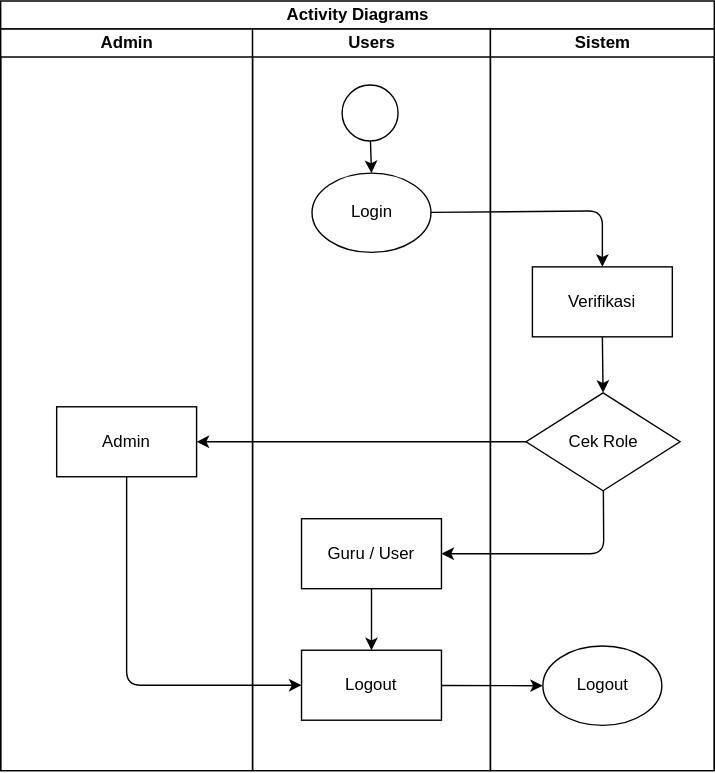
The draw.io diagram Docs/Activity_diagram.drawio.svg in SukaMCD/Aplikasi-Guru, before a commit. Source tidied: cells renumbered, new cells last; positions are measured from the earlier drawing's top-left corner, leaving out a move shared by most shapes.
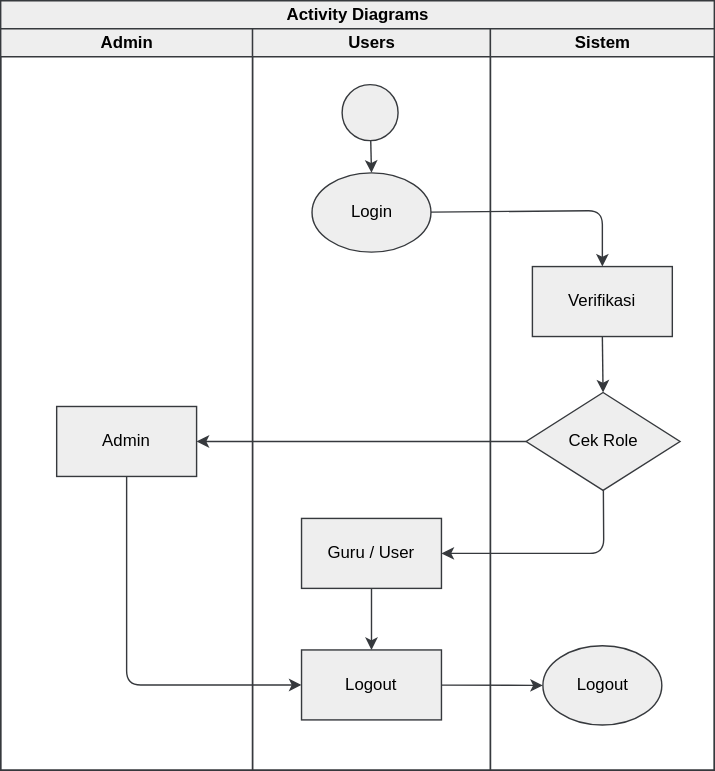
The same file after the commit.

Change to the diagram source:
```diff
@@ -2,76 +2,76 @@
   <root>
     <mxCell id="0" />
     <mxCell id="1" parent="0" />
-    <mxCell id="2" value="Activity Diagrams" style="swimlane;startSize=20;html=1;" parent="1" vertex="1">
+    <mxCell id="2" value="Activity Diagrams" style="swimlane;startSize=20;html=1;fillColor=#eeeeee;strokeColor=light-dark(#36393D,#000000);" parent="1" vertex="1">
       <mxGeometry width="510" height="550" as="geometry" />
     </mxCell>
-    <mxCell id="3" value="Admin" style="swimlane;startSize=20;html=1;" parent="2" vertex="1">
+    <mxCell id="3" value="Admin" style="swimlane;startSize=20;html=1;fillColor=#eeeeee;strokeColor=light-dark(#36393D,#000000);" parent="2" vertex="1">
       <mxGeometry y="20" width="180" height="530" as="geometry" />
     </mxCell>
-    <mxCell id="4" value="Admin" style="rounded=0;whiteSpace=wrap;html=1;" parent="3" vertex="1">
+    <mxCell id="4" value="Admin" style="rounded=0;whiteSpace=wrap;html=1;fillColor=#eeeeee;strokeColor=light-dark(#36393D,#000000);" parent="3" vertex="1">
       <mxGeometry x="40" y="270" width="100" height="50" as="geometry" />
     </mxCell>
-    <mxCell id="5" value="Users" style="swimlane;startSize=20;html=1;" parent="2" vertex="1">
+    <mxCell id="5" value="Users" style="swimlane;startSize=20;html=1;fillColor=#eeeeee;strokeColor=light-dark(#36393D,#000000);" parent="2" vertex="1">
       <mxGeometry x="180" y="20" width="170" height="530" as="geometry" />
     </mxCell>
-    <mxCell id="6" style="edgeStyle=none;html=1;entryX=0.5;entryY=0;entryDx=0;entryDy=0;" parent="5" edge="1" source="7" target="8">
+    <mxCell id="6" style="edgeStyle=none;html=1;entryX=0.5;entryY=0;entryDx=0;entryDy=0;fillColor=#eeeeee;strokeColor=light-dark(#36393D,#000000);" parent="5" edge="1" source="7" target="8">
       <mxGeometry relative="1" as="geometry" />
     </mxCell>
-    <mxCell id="7" style="ellipse;whiteSpace=wrap;html=1;" parent="5" vertex="1">
+    <mxCell id="7" style="ellipse;whiteSpace=wrap;html=1;fillColor=#eeeeee;strokeColor=light-dark(#36393D,#000000);" parent="5" vertex="1">
       <mxGeometry x="64" y="40" width="40" height="40" as="geometry" />
     </mxCell>
-    <mxCell id="8" value="Login" style="ellipse;whiteSpace=wrap;html=1;" parent="5" vertex="1">
+    <mxCell id="8" value="Login" style="ellipse;whiteSpace=wrap;html=1;fillColor=#eeeeee;strokeColor=light-dark(#36393D,#000000);" parent="5" vertex="1">
       <mxGeometry x="42.5" y="103" width="85" height="56.7" as="geometry" />
     </mxCell>
-    <mxCell id="9" style="edgeStyle=none;html=1;entryX=0.5;entryY=0;entryDx=0;entryDy=0;" parent="5" edge="1" source="10" target="11">
+    <mxCell id="9" style="edgeStyle=none;html=1;entryX=0.5;entryY=0;entryDx=0;entryDy=0;fillColor=#eeeeee;strokeColor=light-dark(#36393D,#000000);" parent="5" edge="1" source="10" target="11">
       <mxGeometry relative="1" as="geometry" />
     </mxCell>
-    <mxCell id="10" value="Guru / User" style="rounded=0;whiteSpace=wrap;html=1;" parent="5" vertex="1">
+    <mxCell id="10" value="Guru / User" style="rounded=0;whiteSpace=wrap;html=1;fillColor=#eeeeee;strokeColor=light-dark(#36393D,#000000);" parent="5" vertex="1">
       <mxGeometry x="35" y="350" width="100" height="50" as="geometry" />
     </mxCell>
-    <mxCell id="11" value="Logout" style="rounded=0;whiteSpace=wrap;html=1;" parent="5" vertex="1">
+    <mxCell id="11" value="Logout" style="rounded=0;whiteSpace=wrap;html=1;fillColor=#eeeeee;strokeColor=light-dark(#36393D,#000000);" parent="5" vertex="1">
       <mxGeometry x="35" y="444" width="100" height="50" as="geometry" />
     </mxCell>
-    <mxCell id="12" style="edgeStyle=none;html=1;entryX=0.5;entryY=0;entryDx=0;entryDy=0;" parent="2" edge="1" source="8" target="16">
+    <mxCell id="12" style="edgeStyle=none;html=1;entryX=0.5;entryY=0;entryDx=0;entryDy=0;fillColor=#eeeeee;strokeColor=light-dark(#36393D,#000000);" parent="2" edge="1" source="8" target="16">
       <mxGeometry relative="1" as="geometry">
         <Array as="points">
           <mxPoint x="430" y="150" />
         </Array>
       </mxGeometry>
     </mxCell>
-    <mxCell id="13" value="Sistem" style="swimlane;startSize=20;html=1;" parent="2" vertex="1">
+    <mxCell id="13" value="Sistem" style="swimlane;startSize=20;html=1;fillColor=#eeeeee;strokeColor=light-dark(#36393D,#000000);" parent="2" vertex="1">
       <mxGeometry x="350" y="20" width="160" height="530" as="geometry" />
     </mxCell>
-    <mxCell id="14" style="edgeStyle=none;html=1;exitX=0.5;exitY=1;exitDx=0;exitDy=0;entryX=0.5;entryY=0;entryDx=0;entryDy=0;" parent="13" edge="1" source="16" target="15">
+    <mxCell id="14" style="edgeStyle=none;html=1;exitX=0.5;exitY=1;exitDx=0;exitDy=0;entryX=0.5;entryY=0;entryDx=0;entryDy=0;fillColor=#eeeeee;strokeColor=light-dark(#36393D,#000000);" parent="13" edge="1" source="16" target="15">
       <mxGeometry relative="1" as="geometry" />
     </mxCell>
-    <mxCell id="15" value="Cek Role" style="rhombus;whiteSpace=wrap;html=1;" parent="13" vertex="1">
+    <mxCell id="15" value="Cek Role" style="rhombus;whiteSpace=wrap;html=1;fillColor=#eeeeee;strokeColor=light-dark(#36393D,#000000);" parent="13" vertex="1">
       <mxGeometry x="25.5" y="260" width="110" height="70" as="geometry" />
     </mxCell>
-    <mxCell id="16" value="Verifikasi" style="rounded=0;whiteSpace=wrap;html=1;" parent="13" vertex="1">
+    <mxCell id="16" value="Verifikasi" style="rounded=0;whiteSpace=wrap;html=1;fillColor=#eeeeee;strokeColor=light-dark(#36393D,#000000);" parent="13" vertex="1">
       <mxGeometry x="30" y="170" width="100" height="50" as="geometry" />
     </mxCell>
-    <mxCell id="17" value="Logout" style="ellipse;whiteSpace=wrap;html=1;" parent="13" vertex="1">
+    <mxCell id="17" value="Logout" style="ellipse;whiteSpace=wrap;html=1;fillColor=#eeeeee;strokeColor=light-dark(#36393D,#000000);" parent="13" vertex="1">
       <mxGeometry x="37.5" y="441" width="85" height="56.7" as="geometry" />
     </mxCell>
-    <mxCell id="18" style="edgeStyle=none;html=1;" parent="2" edge="1" source="15" target="4">
+    <mxCell id="18" style="edgeStyle=none;html=1;fillColor=#eeeeee;strokeColor=light-dark(#36393D,#000000);" parent="2" edge="1" source="15" target="4">
       <mxGeometry relative="1" as="geometry" />
     </mxCell>
-    <mxCell id="19" style="edgeStyle=none;html=1;entryX=1;entryY=0.5;entryDx=0;entryDy=0;" parent="2" edge="1" source="15" target="10">
+    <mxCell id="19" style="edgeStyle=none;html=1;entryX=1;entryY=0.5;entryDx=0;entryDy=0;fillColor=#eeeeee;strokeColor=light-dark(#36393D,#000000);" parent="2" edge="1" source="15" target="10">
       <mxGeometry relative="1" as="geometry">
         <Array as="points">
           <mxPoint x="431" y="395" />
         </Array>
       </mxGeometry>
     </mxCell>
-    <mxCell id="20" style="edgeStyle=none;html=1;entryX=0;entryY=0.5;entryDx=0;entryDy=0;" parent="2" edge="1" source="4" target="11">
+    <mxCell id="20" style="edgeStyle=none;html=1;entryX=0;entryY=0.5;entryDx=0;entryDy=0;fillColor=#eeeeee;strokeColor=light-dark(#36393D,#000000);" parent="2" edge="1" source="4" target="11">
       <mxGeometry relative="1" as="geometry">
         <Array as="points">
           <mxPoint x="90" y="489" />
         </Array>
       </mxGeometry>
     </mxCell>
-    <mxCell id="21" style="edgeStyle=none;html=1;entryX=0;entryY=0.5;entryDx=0;entryDy=0;" parent="2" edge="1" source="11" target="17">
+    <mxCell id="21" style="edgeStyle=none;html=1;entryX=0;entryY=0.5;entryDx=0;entryDy=0;fillColor=#eeeeee;strokeColor=light-dark(#36393D,#000000);" parent="2" edge="1" source="11" target="17">
       <mxGeometry relative="1" as="geometry" />
     </mxCell>
   </root>
```
